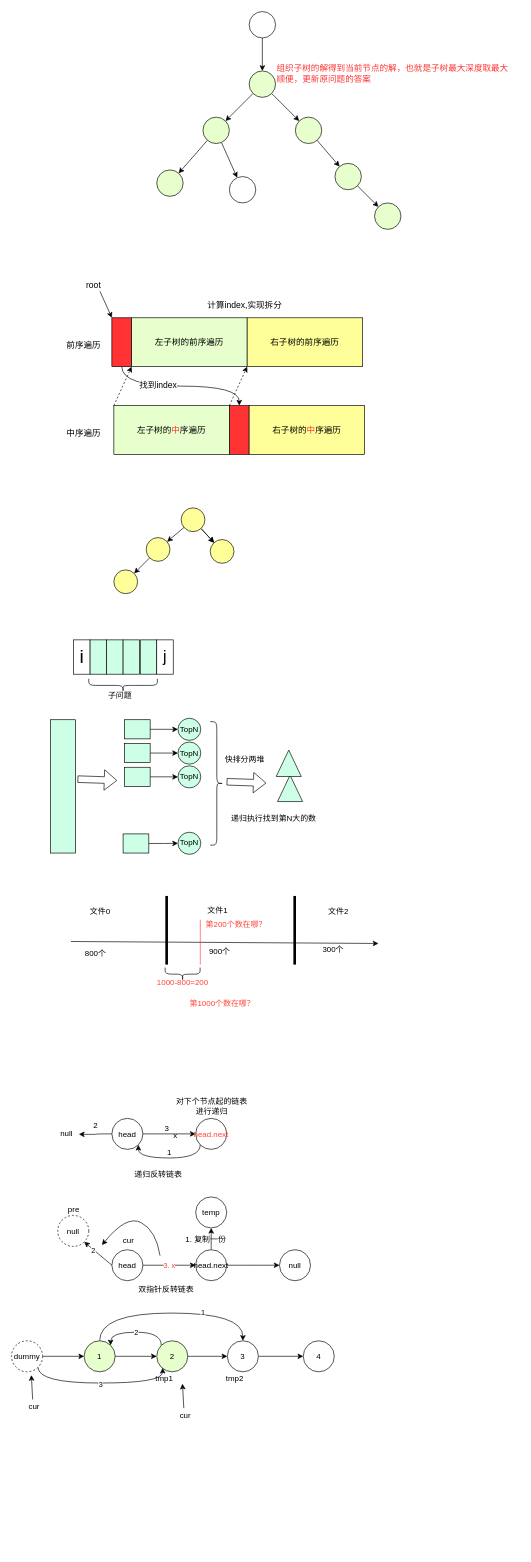
This is page "算法" (6 of 8) of docs/algorithm/算法.drawio from luckywind/TechWorld, a draw.io file, before an edit. Source tidied: cells renumbered, new cells numbered last; positions are measured from the earlier drawing's top-left corner, leaving out a move shared by most shapes. Both pictures are drawn from the tidied source at 66%, with x=0, y=0 at pixel (11, 11).
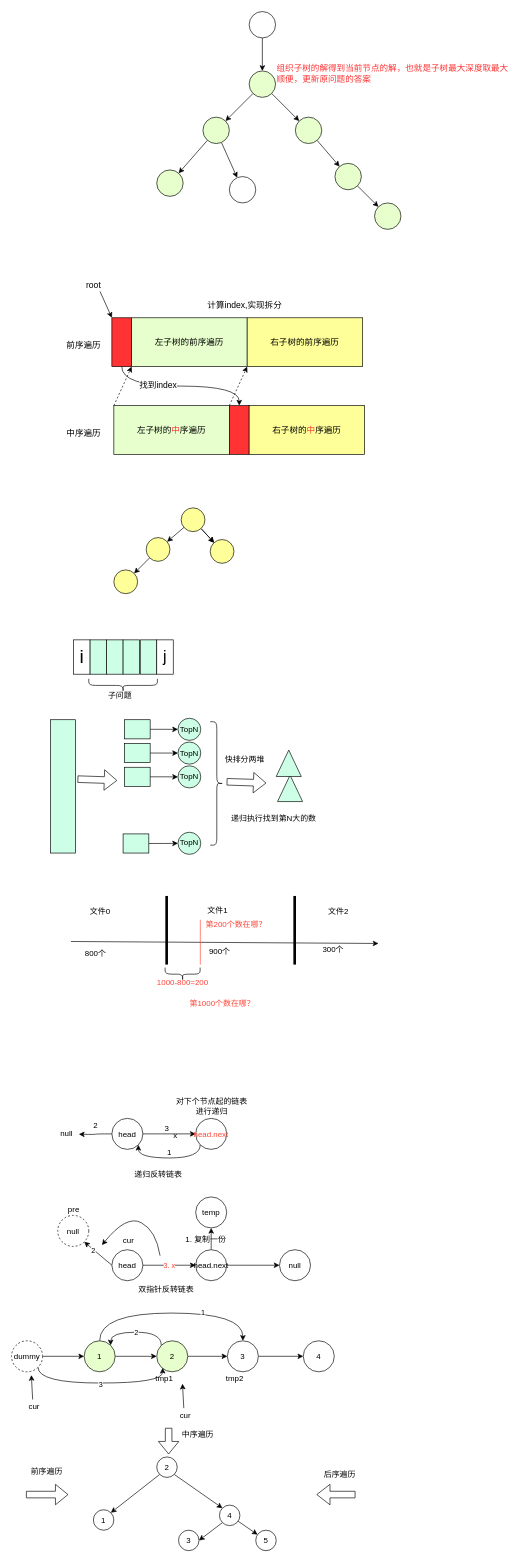
The same diagram, later.

Diff of the diagram source:
```diff
@@
+    <mxCell id="130" style="rounded=0;jettySize=auto;html=1;exitX=0;exitY=1;exitDx=0;exitDy=0;entryX=1;entryY=0;entryDx=0;entryDy=0;" parent="1" edge="1" source="132" target="133">
+      <mxGeometry relative="1" as="geometry" />
+    </mxCell>
+    <mxCell id="131" style="edgeStyle=none;rounded=0;jettySize=auto;html=1;exitX=1;exitY=1;exitDx=0;exitDy=0;entryX=0;entryY=0;entryDx=0;entryDy=0;" parent="1" edge="1" source="132" target="137">
+      <mxGeometry relative="1" as="geometry" />
+    </mxCell>
+    <mxCell id="132" value="2" style="ellipse;whiteSpace=wrap;html=1;" parent="1" vertex="1">
+      <mxGeometry x="220" y="2190" width="31" height="31" as="geometry" />
+    </mxCell>
+    <mxCell id="133" value="1" style="ellipse;whiteSpace=wrap;html=1;" parent="1" vertex="1">
+      <mxGeometry x="124" y="2270" width="31" height="31" as="geometry" />
+    </mxCell>
+    <mxCell id="134" value="3" style="ellipse;whiteSpace=wrap;html=1;" parent="1" vertex="1">
+      <mxGeometry x="253" y="2301" width="31" height="31" as="geometry" />
+    </mxCell>
+    <mxCell id="135" style="edgeStyle=none;rounded=0;jettySize=auto;html=1;exitX=0;exitY=1;exitDx=0;exitDy=0;entryX=1;entryY=0.5;entryDx=0;entryDy=0;" parent="1" edge="1" source="137" target="134">
+      <mxGeometry relative="1" as="geometry" />
+    </mxCell>
+    <mxCell id="136" style="edgeStyle=none;rounded=0;jettySize=auto;html=1;" parent="1" edge="1" source="137" target="138">
+      <mxGeometry relative="1" as="geometry" />
+    </mxCell>
+    <mxCell id="137" value="4" style="ellipse;whiteSpace=wrap;html=1;" parent="1" vertex="1">
+      <mxGeometry x="315" y="2263" width="31" height="31" as="geometry" />
+    </mxCell>
+    <mxCell id="138" value="5" style="ellipse;whiteSpace=wrap;html=1;" parent="1" vertex="1">
+      <mxGeometry x="370" y="2301" width="31" height="31" as="geometry" />
+    </mxCell>
+    <mxCell id="139" style="shape=flexArrow;endArrow=classic;html=1;rounded=0;" parent="1" edge="1">
+      <mxGeometry relative="1" as="geometry">
+        <mxPoint x="22" y="2247" as="sourcePoint" />
+        <mxPoint x="86" y="2247" as="targetPoint" />
+      </mxGeometry>
+    </mxCell>
+    <mxCell id="140" value="前序遍历" style="text;html=1;align=center;verticalAlign=middle;strokeColor=none;fillColor=none;" parent="1" vertex="1">
+      <mxGeometry x="20" y="2200" width="66" height="26" as="geometry" />
+    </mxCell>
+    <mxCell id="141" style="shape=flexArrow;endArrow=classic;html=1;rounded=0;endWidth=20;endSize=6.33;" parent="1" edge="1">
+      <mxGeometry relative="1" as="geometry">
+        <mxPoint x="521" y="2247" as="sourcePoint" />
+        <mxPoint x="462" y="2247" as="targetPoint" />
+      </mxGeometry>
+    </mxCell>
+    <mxCell id="142" value="后序遍历" style="text;html=1;align=center;verticalAlign=middle;strokeColor=none;fillColor=none;" parent="1" vertex="1">
+      <mxGeometry x="464" y="2204" width="66" height="26" as="geometry" />
+    </mxCell>
+    <mxCell id="143" style="shape=flexArrow;endArrow=classic;html=1;rounded=0;" parent="1" edge="1">
+      <mxGeometry relative="1" as="geometry">
+        <mxPoint x="238" y="2146" as="sourcePoint" />
+        <mxPoint x="238" y="2186" as="targetPoint" />
+      </mxGeometry>
+    </mxCell>
+    <mxCell id="144" value="中序遍历" style="text;html=1;align=center;verticalAlign=middle;strokeColor=none;fillColor=none;" parent="1" vertex="1">
+      <mxGeometry x="249.2" y="2144" width="66" height="26" as="geometry" />
+    </mxCell>
```
